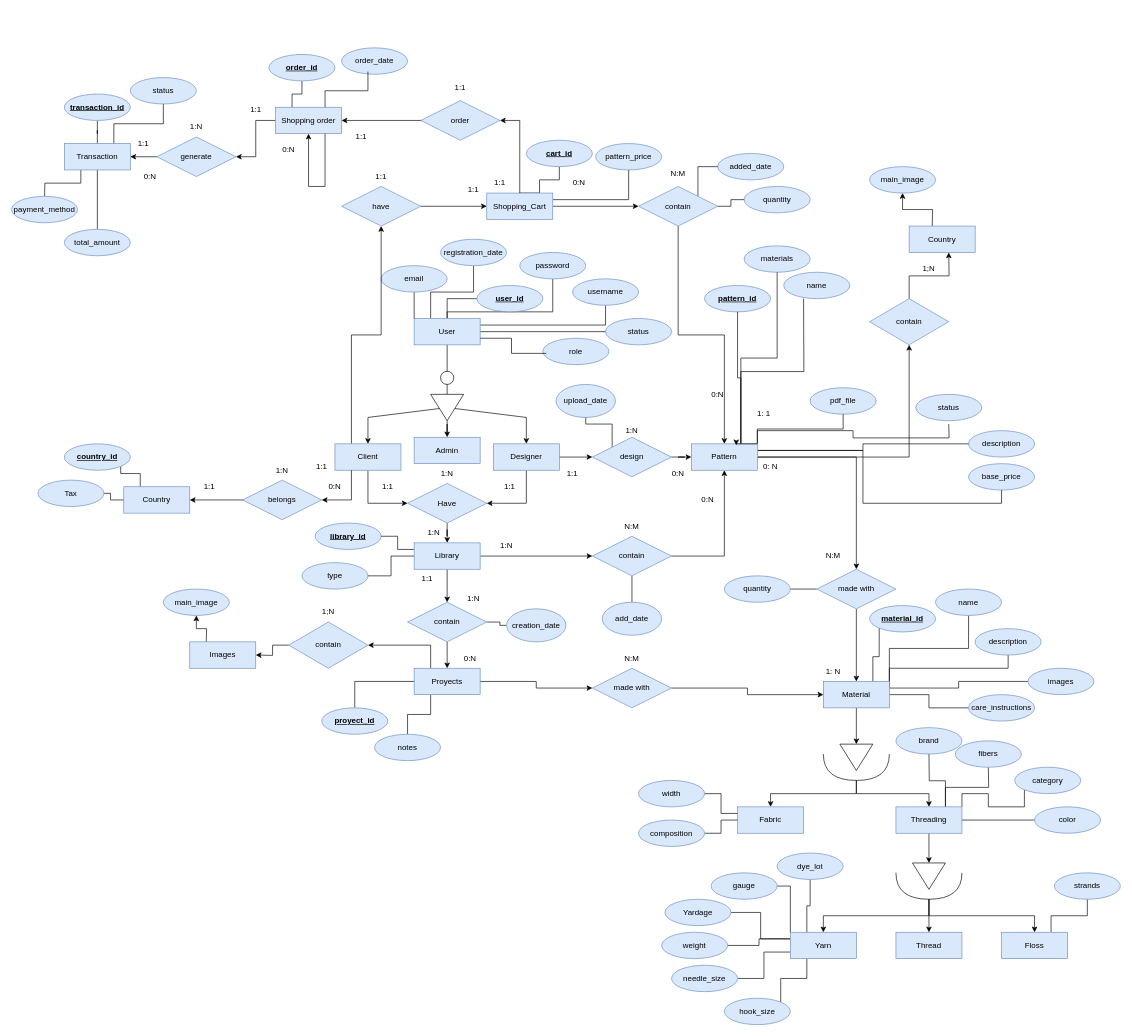
BelAndBits/StitchNetwork keeps this draw.io diagram as Modelo Entidad Relacion.drawio. Above is the earlier version. Source tidied: cells renumbered, new cells numbered last; positions are measured from the earlier drawing's top-left corner, leaving out a move shared by most shapes. Both pictures are drawn from the tidied source at 66%, with x=0, y=0 at pixel (11, 48).
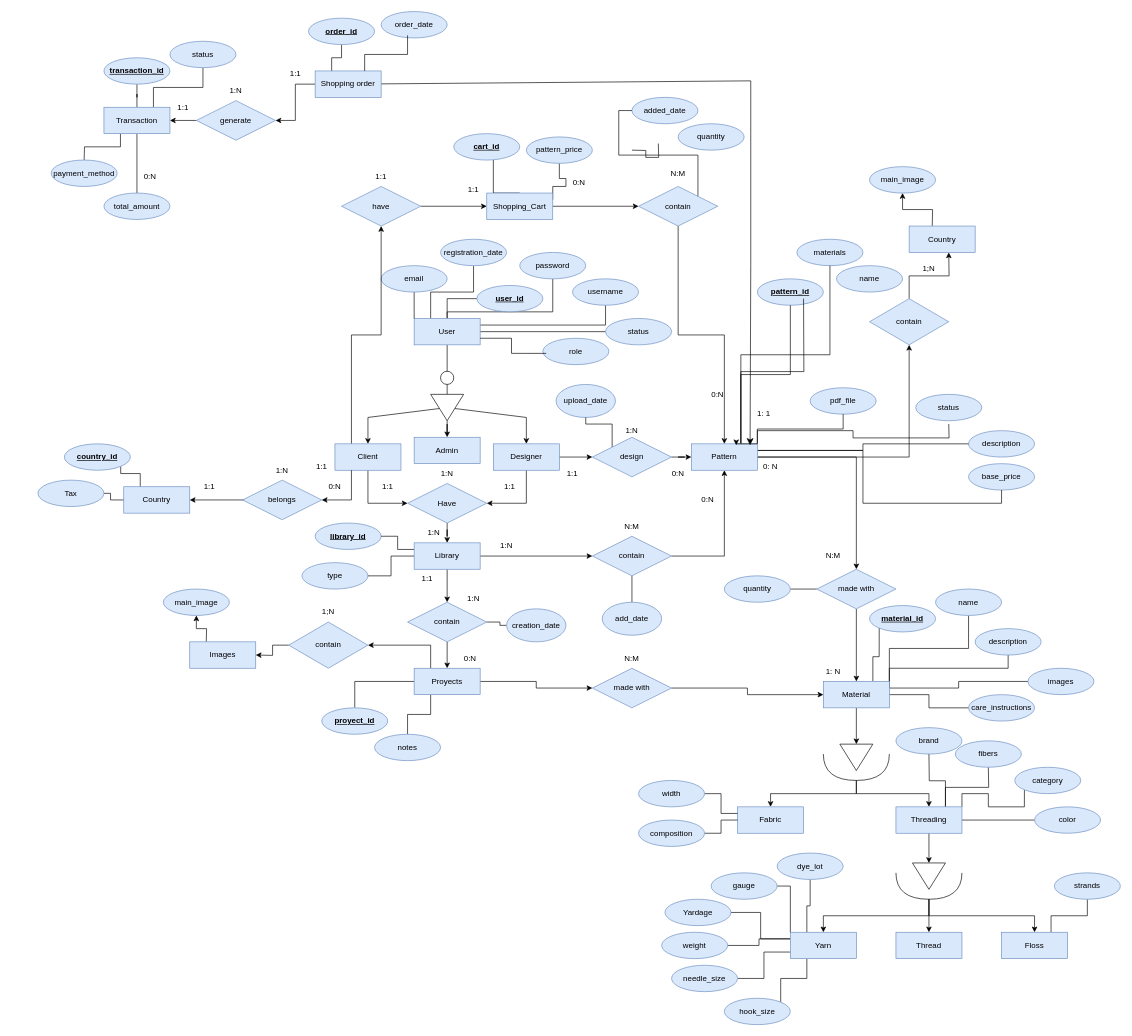
The same page after the edit.

The change refers to these unchanged cells:
```xml
<mxCell id="53" value="Pattern" style="whiteSpace=wrap;html=1;align=center;fillColor=#dae8fc;strokeColor=#6c8ebf;" parent="1" vertex="1">
  <mxGeometry x="1030" y="600" width="100" height="40" as="geometry" />
</mxCell>
<mxCell id="126" value="Shopping_Cart" style="whiteSpace=wrap;html=1;align=center;fillColor=#dae8fc;strokeColor=#6c8ebf;" parent="1" vertex="1">
  <mxGeometry x="720" y="220" width="100" height="40" as="geometry" />
</mxCell>
<mxCell id="132" value="contain" style="shape=rhombus;perimeter=rhombusPerimeter;whiteSpace=wrap;html=1;align=center;fillColor=#dae8fc;strokeColor=#6c8ebf;" parent="1" vertex="1">
  <mxGeometry x="950" y="210" width="120" height="60" as="geometry" />
</mxCell>
```

The edit, as a diff of the source:
```diff
@@
     <mxCell id="32" value="&lt;u&gt;&lt;b&gt;pattern_id&lt;/b&gt;&lt;/u&gt;" style="ellipse;whiteSpace=wrap;html=1;align=center;fillColor=#dae8fc;strokeColor=#6c8ebf;" parent="1" vertex="1">
-      <mxGeometry x="1050" y="360" width="100" height="40" as="geometry" />
+      <mxGeometry x="1130" y="350" width="100" height="40" as="geometry" />
     </mxCell>
@@
     <mxCell id="34" value="name" style="ellipse;whiteSpace=wrap;html=1;align=center;fillColor=#dae8fc;strokeColor=#6c8ebf;" parent="1" vertex="1">
-      <mxGeometry x="1170" y="340" width="100" height="40" as="geometry" />
+      <mxGeometry x="1250" y="330" width="100" height="40" as="geometry" />
     </mxCell>
@@
     <mxCell id="37" value="materials" style="ellipse;whiteSpace=wrap;html=1;align=center;fillColor=#dae8fc;strokeColor=#6c8ebf;" parent="1" vertex="1">
-      <mxGeometry x="1110" y="300" width="100" height="40" as="geometry" />
+      <mxGeometry x="1190" y="290" width="100" height="40" as="geometry" />
     </mxCell>
@@
     <mxCell id="119" value="quantity" style="ellipse;whiteSpace=wrap;html=1;align=center;fillColor=#dae8fc;strokeColor=#6c8ebf;" parent="1" vertex="1">
-      <mxGeometry x="1110" y="210" width="100" height="40" as="geometry" />
+      <mxGeometry x="1010" y="115" width="100" height="40" as="geometry" />
     </mxCell>
     <mxCell id="120" value="added_date" style="ellipse;whiteSpace=wrap;html=1;align=center;fillColor=#dae8fc;strokeColor=#6c8ebf;" parent="1" vertex="1">
-      <mxGeometry x="1070" y="160" width="100" height="40" as="geometry" />
+      <mxGeometry x="940" y="75" width="100" height="40" as="geometry" />
     </mxCell>
@@
     <mxCell id="123" style="edgeStyle=orthogonalEdgeStyle;rounded=0;jettySize=auto;html=1;exitX=0.5;exitY=0;exitDx=0;exitDy=0;endArrow=none;endFill=0;" parent="1" edge="1" source="126" target="134">
       <mxGeometry relative="1" as="geometry">
         <Array as="points">
-          <mxPoint x="800" y="220" />
-          <mxPoint x="800" y="200" />
-          <mxPoint x="830" y="200" />
+          <mxPoint x="730" y="220" />
         </Array>
       </mxGeometry>
     </mxCell>
-    <mxCell id="124" style="edgeStyle=orthogonalEdgeStyle;rounded=0;jettySize=auto;html=1;exitX=0.5;exitY=0;exitDx=0;exitDy=0;entryX=1;entryY=0.5;entryDx=0;entryDy=0;" parent="1" edge="1" source="206" target="188">
-      <mxGeometry relative="1" as="geometry">
-        <Array as="points">
-          <mxPoint x="680" y="110" />
-        </Array>
-      </mxGeometry>
-    </mxCell>
     <mxCell id="125" style="edgeStyle=orthogonalEdgeStyle;rounded=0;jettySize=auto;html=1;exitX=1;exitY=0.25;exitDx=0;exitDy=0;entryX=0.5;entryY=1;entryDx=0;entryDy=0;endArrow=none;endFill=0;" parent="1" edge="1" source="126" target="223">
-      <mxGeometry relative="1" as="geometry" />
+      <mxGeometry relative="1" as="geometry">
+        <Array as="points">
+          <mxPoint x="820" y="210" />
+          <mxPoint x="840" y="210" />
+          <mxPoint x="840" y="198" />
+          <mxPoint x="830" y="198" />
+        </Array>
+      </mxGeometry>
     </mxCell>
@@
-    <mxCell id="131" style="edgeStyle=orthogonalEdgeStyle;rounded=0;jettySize=auto;html=1;exitX=1;exitY=0.5;exitDx=0;exitDy=0;entryX=0;entryY=0.5;entryDx=0;entryDy=0;endArrow=none;endFill=0;" parent="1" edge="1" source="132" target="119">
-      <mxGeometry relative="1" as="geometry" />
+    <mxCell id="131" style="edgeStyle=orthogonalEdgeStyle;rounded=0;orthogonalLoop=1;jettySize=auto;html=1;exitX=1;exitY=0.5;exitDx=0;exitDy=0;entryX=0;entryY=0.5;entryDx=0;entryDy=0;endArrow=none;endFill=0;" parent="1" edge="1">
+      <mxGeometry relative="1" as="geometry">
+        <mxPoint x="940" y="155" as="sourcePoint" />
+        <mxPoint x="980" y="145" as="targetPoint" />
+      </mxGeometry>
     </mxCell>
@@
     <mxCell id="134" value="&lt;b&gt;&lt;u&gt;cart_id&lt;/u&gt;&lt;/b&gt;" style="ellipse;whiteSpace=wrap;html=1;align=center;fillColor=#dae8fc;strokeColor=#6c8ebf;" parent="1" vertex="1">
-      <mxGeometry x="780" y="140" width="100" height="40" as="geometry" />
+      <mxGeometry x="670" y="130" width="100" height="40" as="geometry" />
     </mxCell>
@@
     <mxCell id="138" style="edgeStyle=orthogonalEdgeStyle;rounded=0;jettySize=auto;html=1;exitX=0.25;exitY=1;exitDx=0;exitDy=0;entryX=0.5;entryY=0;entryDx=0;entryDy=0;endArrow=none;endFill=0;" parent="1" edge="1" source="139">
       <mxGeometry relative="1" as="geometry">
-        <mxPoint x="50" y="225" as="targetPoint" />
+        <mxPoint x="110" y="170" as="targetPoint" />
       </mxGeometry>
     </mxCell>
     <mxCell id="139" value="Transaction" style="whiteSpace=wrap;html=1;align=center;fillColor=#dae8fc;strokeColor=#6c8ebf;" parent="1" vertex="1">
-      <mxGeometry x="80" y="145" width="100" height="40" as="geometry" />
+      <mxGeometry x="140" y="90" width="100" height="40" as="geometry" />
     </mxCell>
     <mxCell id="140" value="&lt;b&gt;&lt;u&gt;transaction_id&lt;/u&gt;&lt;/b&gt;" style="ellipse;whiteSpace=wrap;html=1;align=center;fillColor=#dae8fc;strokeColor=#6c8ebf;" parent="1" vertex="1">
-      <mxGeometry x="80" y="70" width="100" height="40" as="geometry" />
+      <mxGeometry x="140" y="15" width="100" height="40" as="geometry" />
     </mxCell>
     <mxCell id="141" value="total_amount" style="ellipse;whiteSpace=wrap;html=1;align=center;fillColor=#dae8fc;strokeColor=#6c8ebf;" parent="1" vertex="1">
-      <mxGeometry x="80" y="275" width="100" height="40" as="geometry" />
+      <mxGeometry x="140" y="220" width="100" height="40" as="geometry" />
     </mxCell>
     <mxCell id="142" value="payment_method" style="ellipse;whiteSpace=wrap;html=1;align=center;fillColor=#dae8fc;strokeColor=#6c8ebf;" parent="1" vertex="1">
-      <mxGeometry y="225" width="100" height="40" as="geometry" />
+      <mxGeometry x="60" y="170" width="100" height="40" as="geometry" />
     </mxCell>
     <mxCell id="143" value="order_date" style="ellipse;whiteSpace=wrap;html=1;align=center;fillColor=#dae8fc;strokeColor=#6c8ebf;" parent="1" vertex="1">
-      <mxGeometry x="500" width="100" height="40" as="geometry" />
+      <mxGeometry x="560" y="-55" width="100" height="40" as="geometry" />
     </mxCell>
     <mxCell id="144" value="status" style="ellipse;whiteSpace=wrap;html=1;align=center;fillColor=#dae8fc;strokeColor=#6c8ebf;" parent="1" vertex="1">
-      <mxGeometry x="180" y="45" width="100" height="40" as="geometry" />
+      <mxGeometry x="240" y="-10" width="100" height="40" as="geometry" />
     </mxCell>
@@
     <mxCell id="161" value="1:N" style="text;html=1;align=center;verticalAlign=middle;whiteSpace=wrap;rounded=0;" parent="1" vertex="1">
-      <mxGeometry x="250" y="105" width="60" height="30" as="geometry" />
+      <mxGeometry x="310" y="50" width="60" height="30" as="geometry" />
     </mxCell>
@@
     <mxCell id="163" value="generate" style="shape=rhombus;perimeter=rhombusPerimeter;whiteSpace=wrap;html=1;align=center;fillColor=#dae8fc;strokeColor=#6c8ebf;" parent="1" vertex="1">
-      <mxGeometry x="220" y="135" width="120" height="60" as="geometry" />
+      <mxGeometry x="280" y="80" width="120" height="60" as="geometry" />
     </mxCell>
@@
     <mxCell id="171" value="1:1" style="text;html=1;align=center;verticalAlign=middle;whiteSpace=wrap;rounded=0;" parent="1" vertex="1">
-      <mxGeometry x="170" y="130" width="60" height="30" as="geometry" />
+      <mxGeometry x="230" y="75" width="60" height="30" as="geometry" />
     </mxCell>
@@
+    <mxCell id="227" style="edgeStyle=none;curved=0;rounded=0;jettySize=auto;html=1;entryX=0.89;entryY=0.05;entryDx=0;entryDy=0;fontSize=12;startSize=8;endSize=8;entryPerimeter=0;" parent="1" edge="1" source="188" target="53">
+      <mxGeometry relative="1" as="geometry">
+        <Array as="points">
+          <mxPoint x="1120" y="50" />
+          <mxPoint x="1120" y="190" />
+          <mxPoint x="1120" y="330" />
+        </Array>
+      </mxGeometry>
+    </mxCell>
     <mxCell id="188" value="Shopping order" style="whiteSpace=wrap;html=1;align=center;fillColor=#dae8fc;strokeColor=#6c8ebf;" parent="1" vertex="1">
-      <mxGeometry x="400" y="90" width="100" height="40" as="geometry" />
+      <mxGeometry x="460" y="35" width="100" height="40" as="geometry" />
     </mxCell>
@@
-    <mxCell id="202" value="0:N" style="text;html=1;align=center;verticalAlign=middle;whiteSpace=wrap;rounded=0;" parent="1" vertex="1">
-      <mxGeometry x="390" y="140" width="60" height="30" as="geometry" />
-    </mxCell>
-    <mxCell id="203" value="1:1" style="text;html=1;align=center;verticalAlign=middle;whiteSpace=wrap;rounded=0;" parent="1" vertex="1">
-      <mxGeometry x="500" y="120" width="60" height="30" as="geometry" />
-    </mxCell>
-    <mxCell id="204" value="1:1" style="text;html=1;align=center;verticalAlign=middle;whiteSpace=wrap;rounded=0;" parent="1" vertex="1">
-      <mxGeometry x="710" y="190" width="60" height="30" as="geometry" />
-    </mxCell>
-    <mxCell id="205" style="edgeStyle=orthogonalEdgeStyle;rounded=0;jettySize=auto;html=1;exitX=0.5;exitY=0;exitDx=0;exitDy=0;entryX=1;entryY=0.5;entryDx=0;entryDy=0;" parent="1" edge="1" source="126" target="206">
-      <mxGeometry relative="1" as="geometry" />
-    </mxCell>
-    <mxCell id="206" value="order" style="shape=rhombus;perimeter=rhombusPerimeter;whiteSpace=wrap;html=1;align=center;fillColor=#dae8fc;strokeColor=#6c8ebf;" parent="1" vertex="1">
-      <mxGeometry x="620" y="80" width="120" height="60" as="geometry" />
-    </mxCell>
-    <mxCell id="207" value="1:1" style="text;html=1;align=center;verticalAlign=middle;whiteSpace=wrap;rounded=0;" parent="1" vertex="1">
-      <mxGeometry x="650" y="45" width="60" height="30" as="geometry" />
-    </mxCell>
     <mxCell id="208" value="&lt;b&gt;&lt;u&gt;order_id&lt;/u&gt;&lt;/b&gt;" style="ellipse;whiteSpace=wrap;html=1;align=center;fillColor=#dae8fc;strokeColor=#6c8ebf;" parent="1" vertex="1">
-      <mxGeometry x="390" y="10" width="100" height="40" as="geometry" />
+      <mxGeometry x="450" y="-45" width="100" height="40" as="geometry" />
     </mxCell>
@@
     <mxCell id="210" value="1:1" style="text;whiteSpace=wrap;html=1;" parent="1" vertex="1">
-      <mxGeometry x="360" y="80" width="50" height="40" as="geometry" />
+      <mxGeometry x="420" y="25" width="50" height="40" as="geometry" />
     </mxCell>
@@
     <mxCell id="223" value="&lt;div&gt;pattern_price&lt;/div&gt;" style="ellipse;whiteSpace=wrap;html=1;align=center;fillColor=#dae8fc;strokeColor=#6c8ebf;" parent="1" vertex="1">
-      <mxGeometry x="885" y="145" width="100" height="40" as="geometry" />
+      <mxGeometry x="780" y="135" width="100" height="40" as="geometry" />
     </mxCell>
@@
-    <mxCell id="226" style="edgeStyle=orthogonalEdgeStyle;rounded=0;orthogonalLoop=1;jettySize=auto;html=1;exitX=0.75;exitY=1;exitDx=0;exitDy=0;entryX=0.5;entryY=1;entryDx=0;entryDy=0;" parent="1" edge="1" source="188" target="188">
-      <mxGeometry relative="1" as="geometry">
-        <Array as="points">
-          <mxPoint x="475" y="210" />
-          <mxPoint x="450" y="210" />
-        </Array>
-      </mxGeometry>
-    </mxCell>
```
